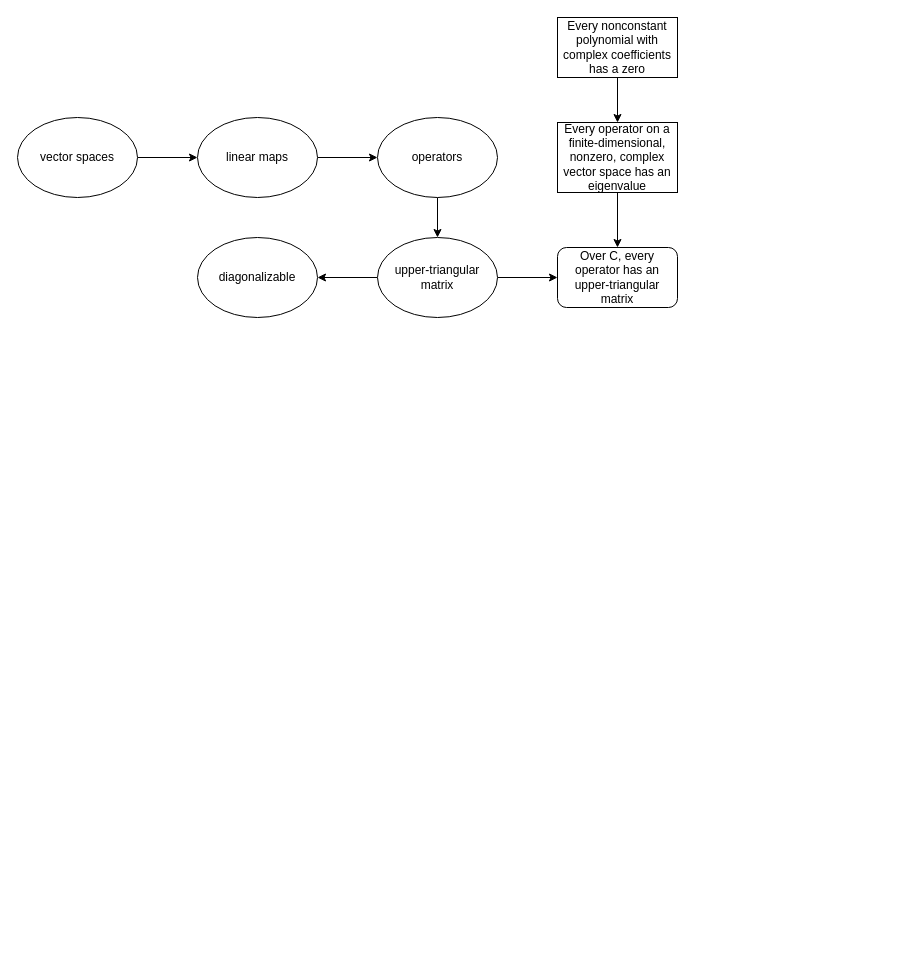
harwise/diagrams keeps this draw.io diagram as Untitled Diagram.drawio. Above is the earlier version. Source tidied: cells renumbered, new cells numbered last; positions are measured from the earlier drawing's top-left corner, leaving out a move shared by most shapes. Both pictures are drawn from the tidied source at 100%, with x=0, y=0 at pixel (17, 17).
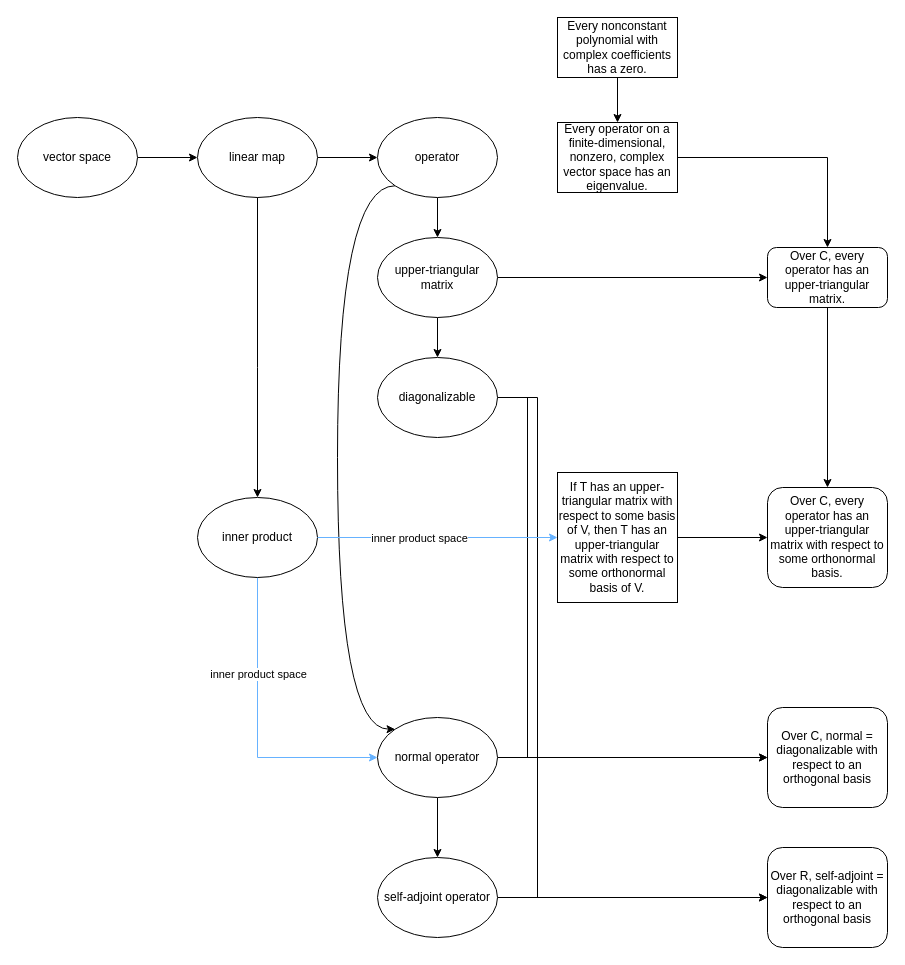
The same page after the edit.

The change refers to these unchanged cells:
```xml
<mxCell id="10" value="upper-triangular matrix" style="ellipse;whiteSpace=wrap;html=1;" parent="1" vertex="1">
  <mxGeometry x="360" y="220" width="120" height="80" as="geometry" />
</mxCell>
```

What changed in the source:
```diff
@@
-    <mxCell id="3" value="linear maps" style="ellipse;whiteSpace=wrap;html=1;" parent="1" vertex="1">
+    <mxCell id="3" value="linear map" style="ellipse;whiteSpace=wrap;html=1;" parent="1" vertex="1">
       <mxGeometry x="180" y="100" width="120" height="80" as="geometry" />
     </mxCell>
@@
+    <mxCell id="17" style="edgeStyle=orthogonalEdgeStyle;rounded=0;jettySize=auto;html=1;exitX=0.5;exitY=1;exitDx=0;exitDy=0;entryX=0.5;entryY=0;entryDx=0;entryDy=0;" parent="1" edge="1" source="3" target="24">
+      <mxGeometry relative="1" as="geometry">
+        <Array as="points">
+          <mxPoint x="240" y="350" />
+          <mxPoint x="240" y="350" />
+        </Array>
+      </mxGeometry>
+    </mxCell>
-    <mxCell id="5" value="vector spaces" style="ellipse;whiteSpace=wrap;html=1;" parent="1" vertex="1">
+    <mxCell id="5" value="vector space" style="ellipse;whiteSpace=wrap;html=1;" parent="1" vertex="1">
       <mxGeometry y="100" width="120" height="80" as="geometry" />
     </mxCell>
@@
+    <mxCell id="18" style="edgeStyle=orthogonalEdgeStyle;curved=1;rounded=0;jettySize=auto;html=1;exitX=0;exitY=1;exitDx=0;exitDy=0;entryX=0;entryY=0;entryDx=0;entryDy=0;" parent="1" edge="1" source="7" target="30">
+      <mxGeometry relative="1" as="geometry">
+        <Array as="points">
+          <mxPoint x="320" y="168" />
+          <mxPoint x="320" y="712" />
+        </Array>
+      </mxGeometry>
+    </mxCell>
-    <mxCell id="7" value="operators" style="ellipse;whiteSpace=wrap;html=1;" parent="1" vertex="1">
+    <mxCell id="7" value="operator" style="ellipse;whiteSpace=wrap;html=1;" parent="1" vertex="1">
       <mxGeometry x="360" y="100" width="120" height="80" as="geometry" />
     </mxCell>
@@
-    <mxCell id="9" style="edgeStyle=orthogonalEdgeStyle;rounded=0;jettySize=auto;html=1;exitX=0;exitY=0.5;exitDx=0;exitDy=0;entryX=1;entryY=0.5;entryDx=0;entryDy=0;" parent="1" edge="1" source="10" target="16">
+    <mxCell id="9" style="edgeStyle=orthogonalEdgeStyle;rounded=0;jettySize=auto;html=1;exitX=0.5;exitY=1;exitDx=0;exitDy=0;entryX=0.5;entryY=0;entryDx=0;entryDy=0;" parent="1" edge="1" source="10" target="16">
       <mxGeometry relative="1" as="geometry" />
     </mxCell>
@@
-    <mxCell id="12" value="&lt;span&gt;Every nonconstant polynomial with complex coefficients has a zero&lt;/span&gt;" style="rounded=0;whiteSpace=wrap;html=1;" parent="1" vertex="1">
+    <mxCell id="12" value="&lt;span&gt;Every nonconstant polynomial with complex coefficients has a zero.&lt;/span&gt;" style="rounded=0;whiteSpace=wrap;html=1;" parent="1" vertex="1">
       <mxGeometry x="540" width="120" height="60" as="geometry" />
     </mxCell>
-    <mxCell id="13" style="edgeStyle=orthogonalEdgeStyle;rounded=0;jettySize=auto;html=1;exitX=0.5;exitY=1;exitDx=0;exitDy=0;entryX=0.5;entryY=0;entryDx=0;entryDy=0;" parent="1" edge="1" source="14" target="15">
+    <mxCell id="13" style="edgeStyle=orthogonalEdgeStyle;rounded=0;jettySize=auto;html=1;exitX=1;exitY=0.5;exitDx=0;exitDy=0;entryX=0.5;entryY=0;entryDx=0;entryDy=0;" parent="1" edge="1" source="14" target="15">
       <mxGeometry relative="1" as="geometry" />
     </mxCell>
-    <mxCell id="14" value="&lt;span&gt;Every operator on a finite-dimensional, nonzero, complex vector space has an eigenvalue&lt;/span&gt;" style="rounded=0;whiteSpace=wrap;html=1;" parent="1" vertex="1">
+    <mxCell id="14" value="&lt;span&gt;Every operator on a finite-dimensional, nonzero, complex vector space has an eigenvalue.&lt;/span&gt;" style="rounded=0;whiteSpace=wrap;html=1;" parent="1" vertex="1">
       <mxGeometry x="540" y="105" width="120" height="70" as="geometry" />
     </mxCell>
+    <mxCell id="19" style="edgeStyle=orthogonalEdgeStyle;rounded=0;jettySize=auto;html=1;exitX=0.5;exitY=1;exitDx=0;exitDy=0;entryX=0.5;entryY=0;entryDx=0;entryDy=0;" parent="1" edge="1" source="15" target="26">
+      <mxGeometry relative="1" as="geometry" />
+    </mxCell>
-    <mxCell id="15" value="Over C, every operator has an upper-triangular matrix" style="rounded=1;whiteSpace=wrap;html=1;" parent="1" vertex="1">
-      <mxGeometry x="540" y="230" width="120" height="60" as="geometry" />
+    <mxCell id="15" value="Over C, every operator has an upper-triangular matrix." style="rounded=1;whiteSpace=wrap;html=1;" parent="1" vertex="1">
+      <mxGeometry x="750" y="230" width="120" height="60" as="geometry" />
     </mxCell>
+    <mxCell id="20" style="edgeStyle=orthogonalEdgeStyle;rounded=0;jettySize=auto;html=1;exitX=1;exitY=0.5;exitDx=0;exitDy=0;entryX=0;entryY=0.5;entryDx=0;entryDy=0;shadow=0;strokeColor=#000000;fillColor=#97D077;" parent="1" edge="1" source="16" target="33">
+      <mxGeometry relative="1" as="geometry">
+        <Array as="points">
+          <mxPoint x="510" y="380" />
+          <mxPoint x="510" y="740" />
+        </Array>
+      </mxGeometry>
+    </mxCell>
+    <mxCell id="21" style="edgeStyle=orthogonalEdgeStyle;rounded=0;jettySize=auto;html=1;exitX=1;exitY=0.5;exitDx=0;exitDy=0;entryX=0;entryY=0.5;entryDx=0;entryDy=0;shadow=0;strokeColor=#000000;fillColor=#97D077;" parent="1" edge="1" source="16" target="34">
+      <mxGeometry relative="1" as="geometry">
+        <Array as="points">
+          <mxPoint x="520" y="380" />
+          <mxPoint x="520" y="880" />
+        </Array>
+      </mxGeometry>
+    </mxCell>
     <mxCell id="16" value="diagonalizable" style="ellipse;whiteSpace=wrap;html=1;" parent="1" vertex="1">
-      <mxGeometry x="180" y="220" width="120" height="80" as="geometry" />
+      <mxGeometry x="360" y="340" width="120" height="80" as="geometry" />
     </mxCell>
+    <mxCell id="22" style="edgeStyle=orthogonalEdgeStyle;rounded=0;jettySize=auto;html=1;exitX=0.5;exitY=1;exitDx=0;exitDy=0;entryX=0;entryY=0.5;entryDx=0;entryDy=0;shadow=0;strokeColor=#66B2FF;fillColor=#97D077;" parent="1" edge="1" source="24" target="30">
+      <mxGeometry relative="1" as="geometry" />
+    </mxCell>
+    <mxCell id="23" value="inner product space" style="edgeLabel;html=1;align=center;verticalAlign=middle;" parent="22" vertex="1">
+      <mxGeometry x="-0.36" relative="1" as="geometry" />
+    </mxCell>
+    <mxCell id="24" value="inner product" style="ellipse;whiteSpace=wrap;html=1;" parent="1" vertex="1">
+      <mxGeometry x="180" y="480" width="120" height="80" as="geometry" />
+    </mxCell>
+    <mxCell id="25" style="edgeStyle=orthogonalEdgeStyle;rounded=0;jettySize=auto;html=1;entryX=0;entryY=0.5;entryDx=0;entryDy=0;" parent="1" edge="1" source="27" target="26">
+      <mxGeometry relative="1" as="geometry" />
+    </mxCell>
+    <mxCell id="26" value="Over C, every operator has an upper-triangular matrix with respect to some orthonormal basis." style="rounded=1;whiteSpace=wrap;html=1;" parent="1" vertex="1">
+      <mxGeometry x="750" y="470" width="120" height="100" as="geometry" />
+    </mxCell>
+    <mxCell id="27" value="&lt;span&gt;If T has an upper-triangular matrix with respect to some basis of V, then T has an upper-triangular matrix with respect to some orthonormal basis of V.&lt;/span&gt;" style="rounded=0;whiteSpace=wrap;html=1;" parent="1" vertex="1">
+      <mxGeometry x="540" y="455" width="120" height="130" as="geometry" />
+    </mxCell>
+    <mxCell id="28" style="edgeStyle=orthogonalEdgeStyle;rounded=0;jettySize=auto;html=1;exitX=0.5;exitY=1;exitDx=0;exitDy=0;entryX=0.5;entryY=0;entryDx=0;entryDy=0;shadow=0;strokeColor=#000000;fillColor=#97D077;" parent="1" edge="1" source="30" target="32">
+      <mxGeometry relative="1" as="geometry" />
+    </mxCell>
+    <mxCell id="29" style="edgeStyle=orthogonalEdgeStyle;rounded=0;jettySize=auto;html=1;exitX=1;exitY=0.5;exitDx=0;exitDy=0;shadow=0;strokeColor=#000000;fillColor=#97D077;" parent="1" edge="1" source="30" target="33">
+      <mxGeometry relative="1" as="geometry">
+        <Array as="points">
+          <mxPoint x="650" y="740" />
+          <mxPoint x="650" y="740" />
+        </Array>
+      </mxGeometry>
+    </mxCell>
+    <mxCell id="30" value="normal operator" style="ellipse;whiteSpace=wrap;html=1;" parent="1" vertex="1">
+      <mxGeometry x="360" y="700" width="120" height="80" as="geometry" />
+    </mxCell>
+    <mxCell id="31" style="edgeStyle=orthogonalEdgeStyle;rounded=0;jettySize=auto;html=1;exitX=1;exitY=0.5;exitDx=0;exitDy=0;entryX=0;entryY=0.5;entryDx=0;entryDy=0;shadow=0;strokeColor=#000000;fillColor=#97D077;" parent="1" edge="1" source="32" target="34">
+      <mxGeometry relative="1" as="geometry" />
+    </mxCell>
+    <mxCell id="32" value="self-adjoint operator" style="ellipse;whiteSpace=wrap;html=1;" parent="1" vertex="1">
+      <mxGeometry x="360" y="840" width="120" height="80" as="geometry" />
+    </mxCell>
+    <mxCell id="33" value="Over C, normal = diagonalizable with respect to an orthogonal basis" style="rounded=1;whiteSpace=wrap;html=1;" parent="1" vertex="1">
+      <mxGeometry x="750" y="690" width="120" height="100" as="geometry" />
+    </mxCell>
+    <mxCell id="34" value="Over R, self-adjoint = diagonalizable with respect to an orthogonal basis" style="rounded=1;whiteSpace=wrap;html=1;" parent="1" vertex="1">
+      <mxGeometry x="750" y="830" width="120" height="100" as="geometry" />
+    </mxCell>
+    <mxCell id="35" style="edgeStyle=orthogonalEdgeStyle;rounded=0;jettySize=auto;html=1;exitX=1;exitY=0.5;exitDx=0;exitDy=0;entryX=0;entryY=0.5;entryDx=0;entryDy=0;shadow=0;strokeColor=#66B2FF;fillColor=#97D077;" parent="1" edge="1" source="24" target="27">
+      <mxGeometry relative="1" as="geometry" />
+    </mxCell>
+    <mxCell id="36" value="inner product space" style="edgeLabel;html=1;align=center;verticalAlign=middle;" parent="35" vertex="1">
+      <mxGeometry x="-0.36" relative="1" as="geometry">
+        <mxPoint x="24" as="offset" />
+      </mxGeometry>
+    </mxCell>
```
